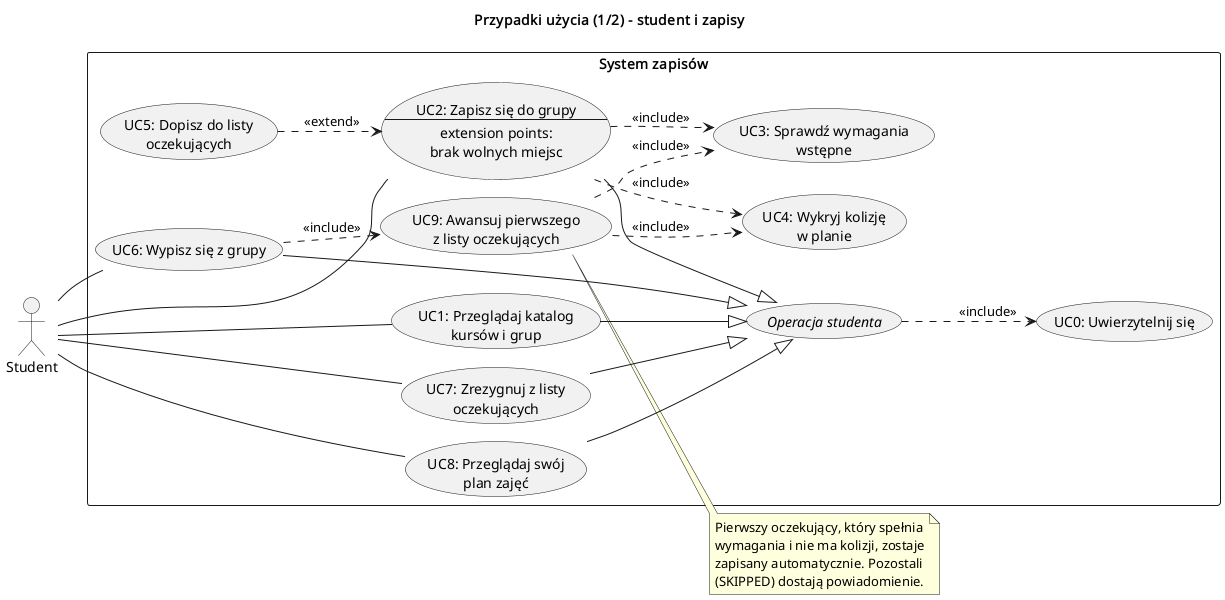
Above: diagramy/przypadki_uzycia_student.png in Husaria55/USOSv2 (PlantUML), before the change. The source it was exported from:
```plantuml
@startuml przypadki_uzycia_student
!pragma layout smetana
left to right direction
title Przypadki użycia (1/2) - student i zapisy
skinparam shadowing false

actor "Student" as S

rectangle "System zapisów" {
  usecase "//Operacja studenta//" as OPS
  usecase "UC0: Uwierzytelnij się" as UC0
  usecase "UC1: Przeglądaj katalog\nkursów i grup" as UC1
  usecase UC2 as "UC2: Zapisz się do grupy
--
extension points:
brak wolnych miejsc"
  usecase "UC3: Sprawdź wymagania\nwstępne" as UC3
  usecase "UC4: Wykryj kolizję\nw planie" as UC4
  usecase "UC5: Dopisz do listy\noczekujących" as UC5
  usecase "UC6: Wypisz się z grupy" as UC6
  usecase "UC7: Zrezygnuj z listy\noczekujących" as UC7
  usecase "UC8: Przeglądaj swój\nplan zajęć" as UC8
  usecase "UC9: Awansuj pierwszego\nz listy oczekujących" as UC9
}

S -- UC1
S -- UC2
S -- UC6
S -- UC7
S -- UC8

UC1 --|> OPS
UC2 --|> OPS
UC6 --|> OPS
UC7 --|> OPS
UC8 --|> OPS
OPS ..> UC0 : <<include>>

UC2 ..> UC3 : <<include>>
UC2 ..> UC4 : <<include>>
UC5 ..> UC2 : <<extend>>
UC6 ..> UC9 : <<include>>
UC9 ..> UC3 : <<include>>
UC9 ..> UC4 : <<include>>

note right of UC9
  Pierwszy oczekujący, który spełnia
  wymagania i nie ma kolizji, zostaje
  zapisany automatycznie. Pozostali
  (SKIPPED) dostają powiadomienie.
end note
@enduml
```
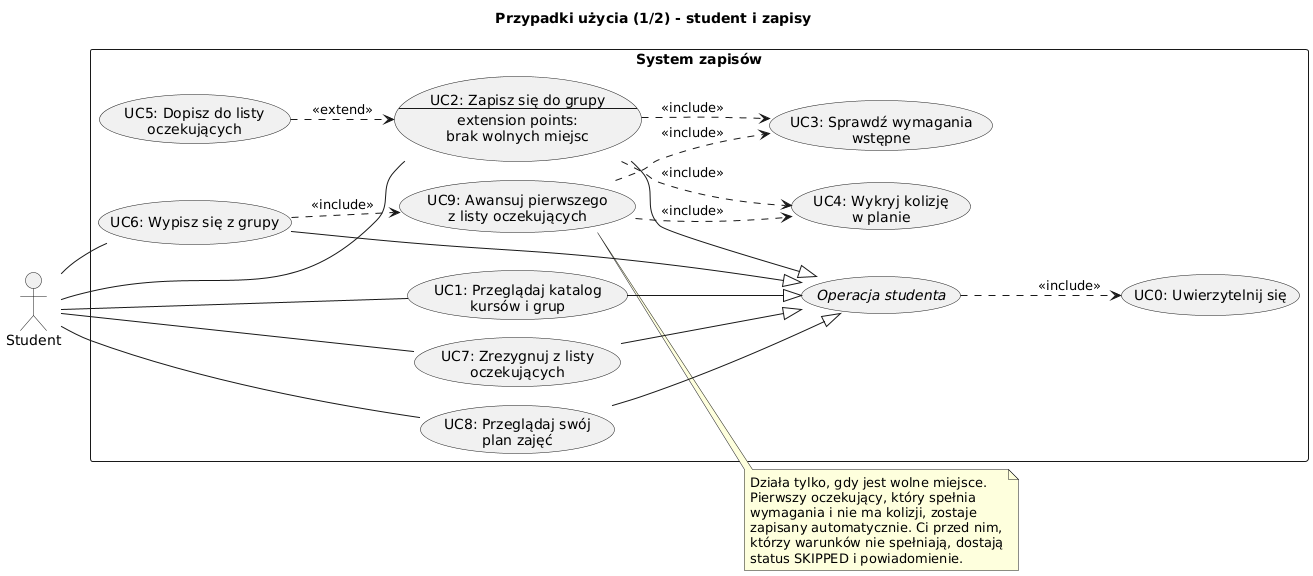
Later version of the same file.

Change to the diagram source:
```diff
@@ -44,9 +44,11 @@
 UC9 ..> UC4 : <<include>>
 
 note right of UC9
+  Działa tylko, gdy jest wolne miejsce.
   Pierwszy oczekujący, który spełnia
   wymagania i nie ma kolizji, zostaje
-  zapisany automatycznie. Pozostali
-  (SKIPPED) dostają powiadomienie.
+  zapisany automatycznie. Ci przed nim,
+  którzy warunków nie spełniają, dostają
+  status SKIPPED i powiadomienie.
 end note
 @enduml
```
